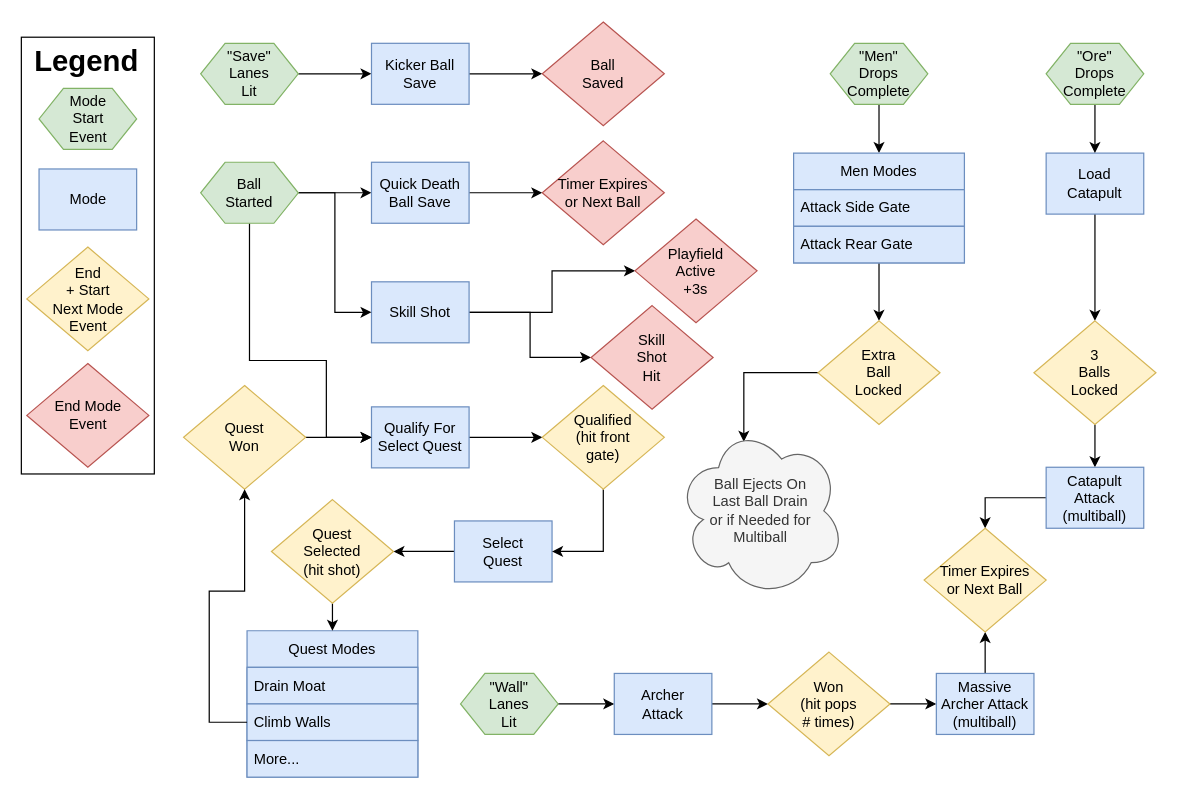
ericselk2018/castle keeps this draw.io diagram as game_flow.drawio. Above is the earlier version. Source tidied: cells renumbered, new cells numbered last; positions are measured from the earlier drawing's top-left corner, leaving out a move shared by most shapes. Both pictures are drawn from the tidied source at 122%, with x=0, y=0 at pixel (21, 21).
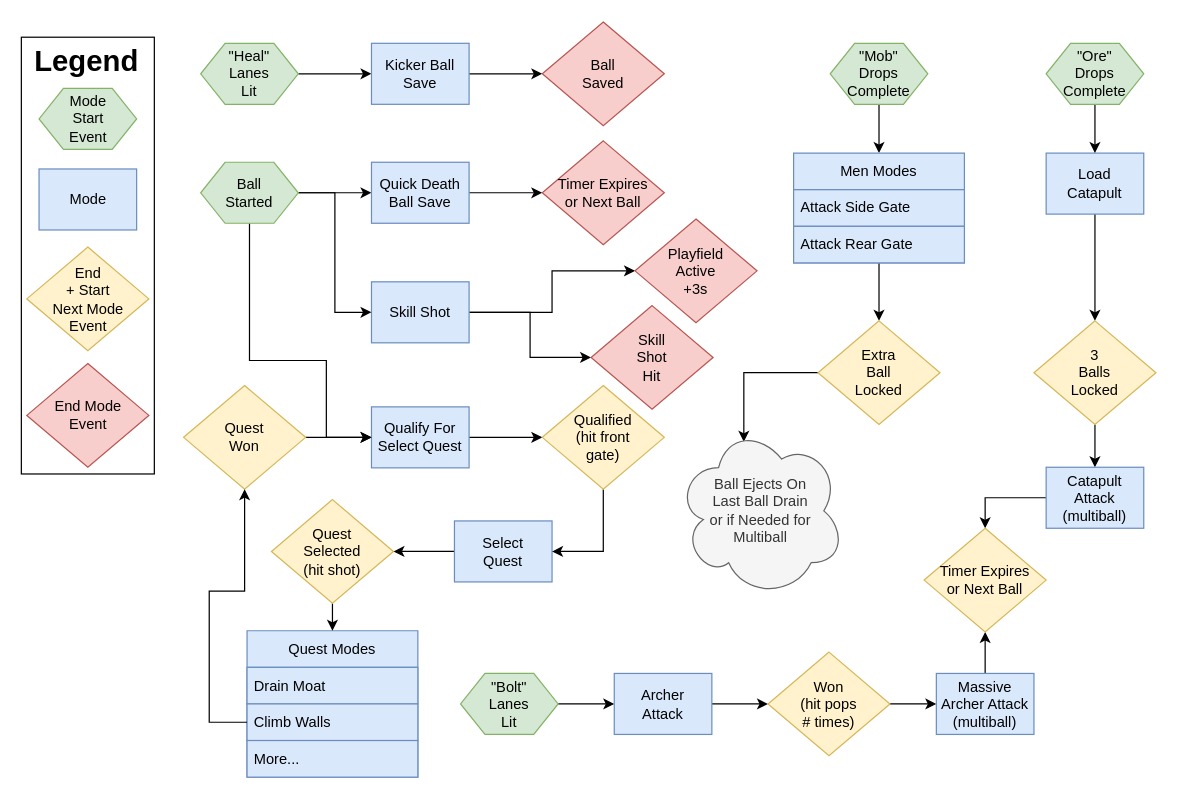
The same page after the edit.

Change to the diagram source:
```diff
@@
-    <mxCell id="33" value="&quot;Men&quot;&lt;br&gt;Drops&lt;br&gt;Complete" style="shape=hexagon;perimeter=hexagonPerimeter2;whiteSpace=wrap;html=1;fixedSize=1;fillColor=#d5e8d4;strokeColor=#82b366;" parent="1" vertex="1">
+    <mxCell id="33" value="&quot;Mob&quot;&lt;br&gt;Drops&lt;br&gt;Complete" style="shape=hexagon;perimeter=hexagonPerimeter2;whiteSpace=wrap;html=1;fixedSize=1;fillColor=#d5e8d4;strokeColor=#82b366;" parent="1" vertex="1">
       <mxGeometry x="663" y="18" width="80" height="50" as="geometry" />
     </mxCell>
@@
-    <mxCell id="47" value="&quot;Save&quot;&lt;br&gt;Lanes&lt;br&gt;Lit" style="shape=hexagon;perimeter=hexagonPerimeter2;whiteSpace=wrap;html=1;fixedSize=1;fillColor=#d5e8d4;strokeColor=#82b366;" parent="1" vertex="1">
+    <mxCell id="47" value="&quot;Heal&quot;&lt;br&gt;Lanes&lt;br&gt;Lit" style="shape=hexagon;perimeter=hexagonPerimeter2;whiteSpace=wrap;html=1;fixedSize=1;fillColor=#d5e8d4;strokeColor=#82b366;" parent="1" vertex="1">
       <mxGeometry x="147" y="18" width="80" height="50" as="geometry" />
     </mxCell>
@@
-    <mxCell id="51" value="&quot;Wall&quot;&lt;br&gt;Lanes&lt;br&gt;Lit" style="shape=hexagon;perimeter=hexagonPerimeter2;whiteSpace=wrap;html=1;fixedSize=1;fillColor=#d5e8d4;strokeColor=#82b366;" parent="1" vertex="1">
+    <mxCell id="51" value="&quot;Bolt&quot;&lt;br&gt;Lanes&lt;br&gt;Lit" style="shape=hexagon;perimeter=hexagonPerimeter2;whiteSpace=wrap;html=1;fixedSize=1;fillColor=#d5e8d4;strokeColor=#82b366;" parent="1" vertex="1">
       <mxGeometry x="360" y="534.5" width="80" height="50" as="geometry" />
     </mxCell>
```
